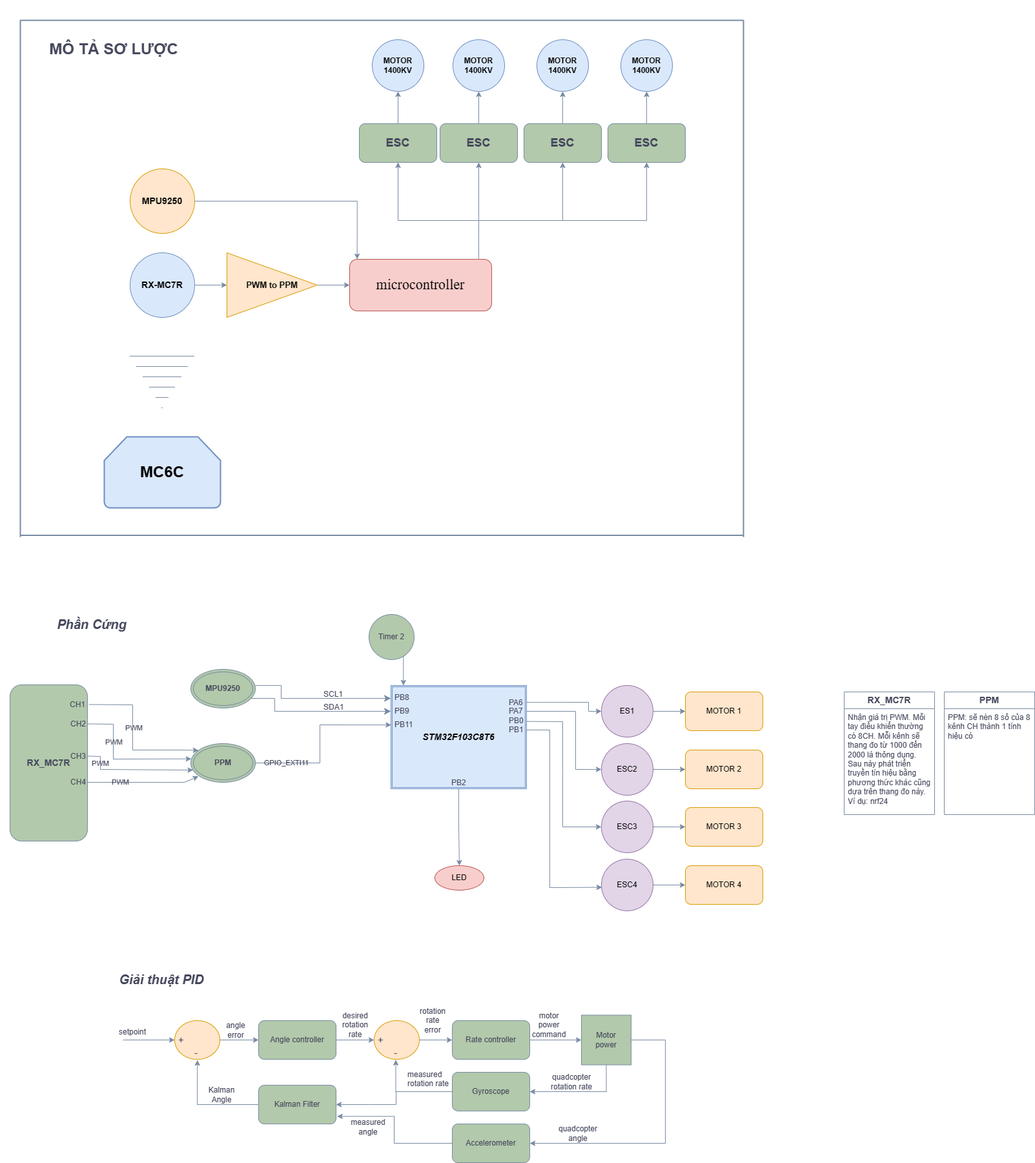
trung5522/fly keeps this draw.io diagram as Untitled Diagram.drawio.png. Above is the earlier version. Source tidied: cells renumbered, new cells last; positions are measured from the earlier drawing's top-left corner, leaving out a move shared by most shapes.
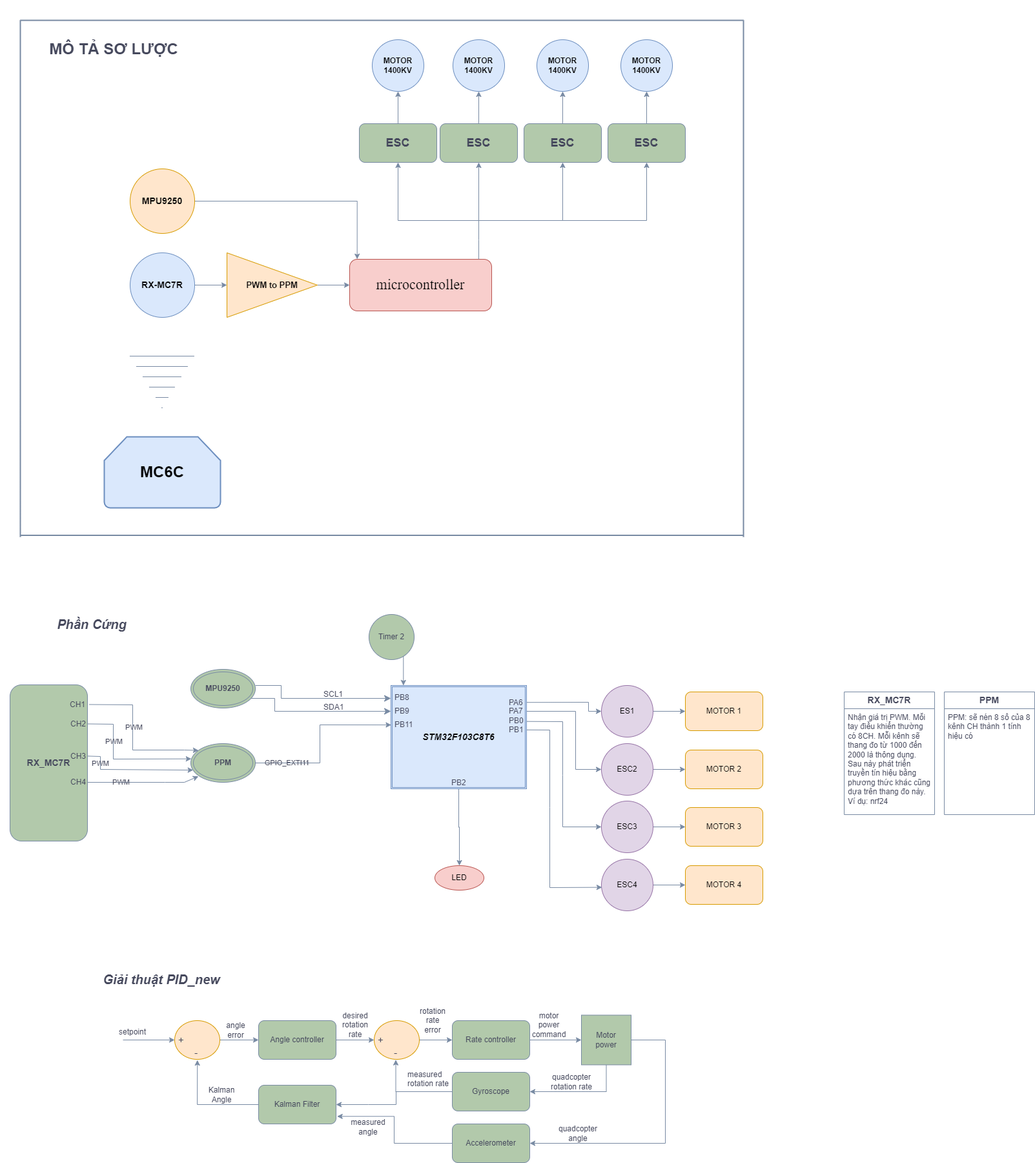
The same diagram one commit later.

Commit message:
Cập nhật Untitled Diagram.drawio.png

Diff of the diagram source:
```diff
@@ -472,7 +472,7 @@
     <mxCell id="115" value="&lt;font style=&quot;font-size: 20px;&quot;&gt;&lt;b&gt;&lt;i&gt;Phần Cứng&lt;/i&gt;&lt;/b&gt;&lt;/font&gt;" style="text;html=1;strokeColor=none;fillColor=none;align=center;verticalAlign=middle;whiteSpace=wrap;rounded=0;labelBackgroundColor=none;fontColor=#46495D;" parent="1" vertex="1">
       <mxGeometry x="41" y="950" width="200" height="30" as="geometry" />
     </mxCell>
-    <mxCell id="116" value="&lt;span style=&quot;font-size: 20px;&quot;&gt;&lt;b&gt;&lt;i&gt;Giải thuật PID&lt;/i&gt;&lt;/b&gt;&lt;/span&gt;" style="text;html=1;strokeColor=none;fillColor=none;align=center;verticalAlign=middle;whiteSpace=wrap;rounded=0;labelBackgroundColor=none;fontColor=#46495D;" parent="1" vertex="1">
+    <mxCell id="116" value="&lt;span style=&quot;font-size: 20px;&quot;&gt;&lt;b&gt;&lt;i&gt;Giải thuật PID_new&lt;/i&gt;&lt;/b&gt;&lt;/span&gt;" style="text;html=1;strokeColor=none;fillColor=none;align=center;verticalAlign=middle;whiteSpace=wrap;rounded=0;labelBackgroundColor=none;fontColor=#46495D;" parent="1" vertex="1">
       <mxGeometry x="149" y="1500" width="200" height="30" as="geometry" />
     </mxCell>
     <mxCell id="117" value="&lt;b style=&quot;border-color: var(--border-color); font-size: 14px;&quot;&gt;RX_MC7R&lt;/b&gt;" style="swimlane;fontStyle=0;horizontal=1;startSize=26;fillColor=none;whiteSpace=wrap;html=1;strokeColor=#788AA3;fontColor=#46495D;" parent="1" vertex="1">
```
